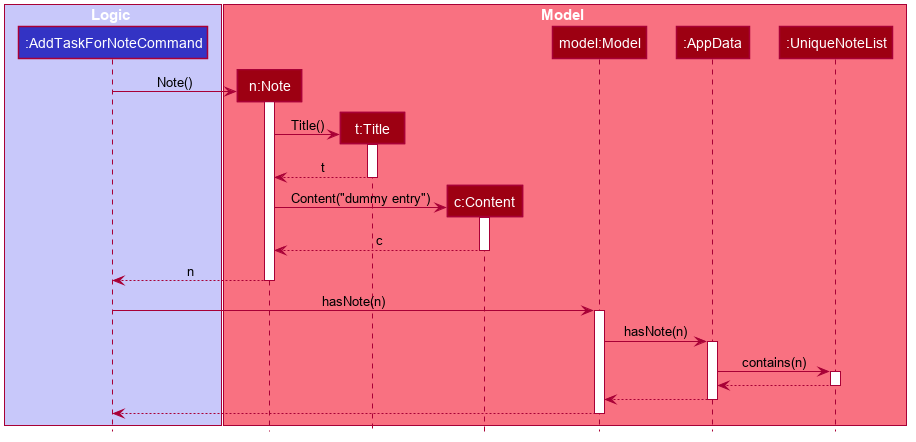
Above: docs/images/task/HasValidNoteSequenceDiagram.png in nus-cs2103-AY1920S1/addressbook-level3 (PlantUML), before the change. Its diagram source:
```plantuml
@startuml








skinparam BackgroundColor #FFFFFFF

skinparam Shadowing false

skinparam Class {
    FontColor #FFFFFF
    BorderThickness 1
    BorderColor #FFFFFF
    StereotypeFontColor #FFFFFF
    FontName Arial
}

skinparam Actor {
    BorderColor #000000
    Color #000000
    FontName Arial
}

skinparam Sequence {
    MessageAlign center
    BoxFontSize 15
    BoxPadding 0
    BoxFontColor #FFFFFF
    FontName Arial
}

skinparam Participant {
    FontColor #FFFFFFF
    Padding 20
}

skinparam MinClassWidth 50
skinparam ParticipantPadding 10
skinparam Shadowing false
skinparam DefaultTextAlignment center
skinparam packageStyle Rectangle

hide footbox
hide members
hide circle

box Logic #C8C8FA
participant ":AddTaskForNoteCommand" as AddTaskForNoteCommand #3333C4
end box

box Model #F97181
participant "n:Note" as Note #9D0012
participant "t:Title" as Title #9D0012
participant "c:Content" as Content #9D0012
participant "model:Model" as Model #9D0012
participant ":AppData" as AppData #9D0012
participant ":UniqueNoteList" as UniqueNoteList #9D0012
end box

create Note
AddTaskForNoteCommand -> Note : Note()
activate Note

    create Title
    Note -> Title : Title()
    activate Title
    return t
    deactivate Title

    create Content
    Note -> Content :Content("dummy entry")
    activate Content
    Content --> Note : c
    deactivate Content

Note --> AddTaskForNoteCommand : n
deactivate Note

AddTaskForNoteCommand -> Model : hasNote(n)
activate Model

Model -> AppData : hasNote(n)
activate AppData

AppData -> UniqueNoteList : contains(n)
activate UniqueNoteList
UniqueNoteList --> AppData
deactivate UniqueNoteList

AppData --> Model
deactivate AppData

Model --> AddTaskForNoteCommand
deactivate Model

@enduml
```
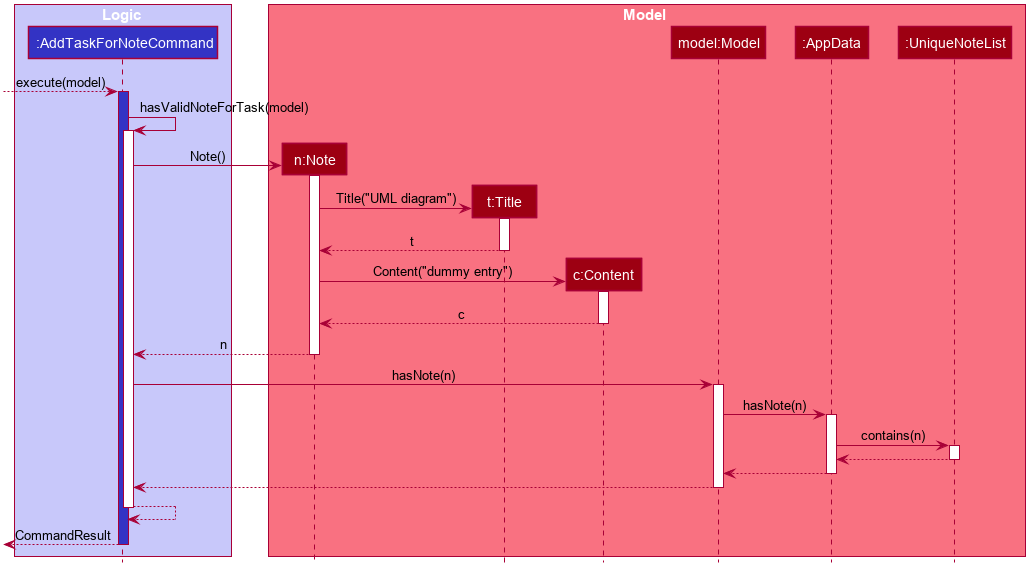
After the commit.

Commit message:
Modify sequence diagrams

Change to the diagram source:
```diff
@@ -61,12 +61,17 @@
 participant ":UniqueNoteList" as UniqueNoteList #9D0012
 end box
 
+[--> AddTaskForNoteCommand : execute(model)
+activate AddTaskForNoteCommand #3333C4
+AddTaskForNoteCommand -> AddTaskForNoteCommand : hasValidNoteForTask(model)
+activate AddTaskForNoteCommand
+
 create Note
 AddTaskForNoteCommand -> Note : Note()
 activate Note
 
     create Title
-    Note -> Title : Title()
+    Note -> Title : Title("UML diagram")
     activate Title
     return t
     deactivate Title
@@ -97,4 +102,9 @@
 Model --> AddTaskForNoteCommand
 deactivate Model
 
+AddTaskForNoteCommand --> AddTaskForNoteCommand
+deactivate AddTaskForNoteCommand
+[<-- AddTaskForNoteCommand : CommandResult
+deactivate AddTaskForNoteCommand
+
 @enduml
```
